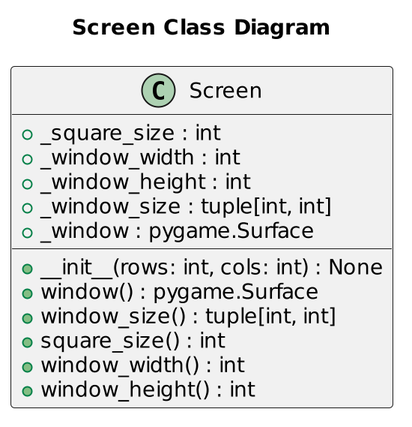
austin-s970/OOP-Connect4 keeps this PlantUML diagram as uml/Screen.png. Above is the earlier version. The source it was exported from:
```plantuml
@startuml
scale 2
title "Screen Class Diagram"
class Screen {
    +__init__(rows: int, cols: int) : None
    +_square_size : int
    +_window_width : int
    +_window_height : int
    +_window_size : tuple[int, int]
    +_window : pygame.Surface

    +window() : pygame.Surface
    +window_size() : tuple[int, int]
    +square_size() : int
    +window_width() : int
    +window_height() : int
}
@enduml
```
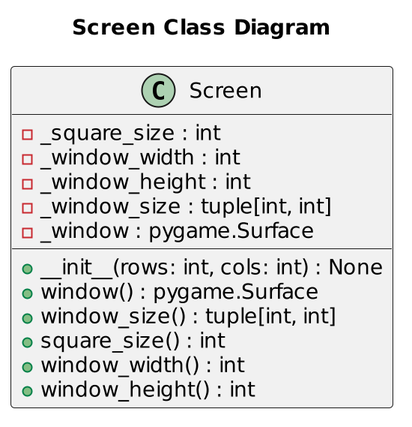
After the change.

What changed in the source:
```diff
@@ -3,11 +3,11 @@
 title "Screen Class Diagram"
 class Screen {
     +__init__(rows: int, cols: int) : None
-    +_square_size : int
-    +_window_width : int
-    +_window_height : int
-    +_window_size : tuple[int, int]
-    +_window : pygame.Surface
+    -_square_size : int
+    -_window_width : int
+    -_window_height : int
+    -_window_size : tuple[int, int]
+    -_window : pygame.Surface
 
     +window() : pygame.Surface
     +window_size() : tuple[int, int]
```
